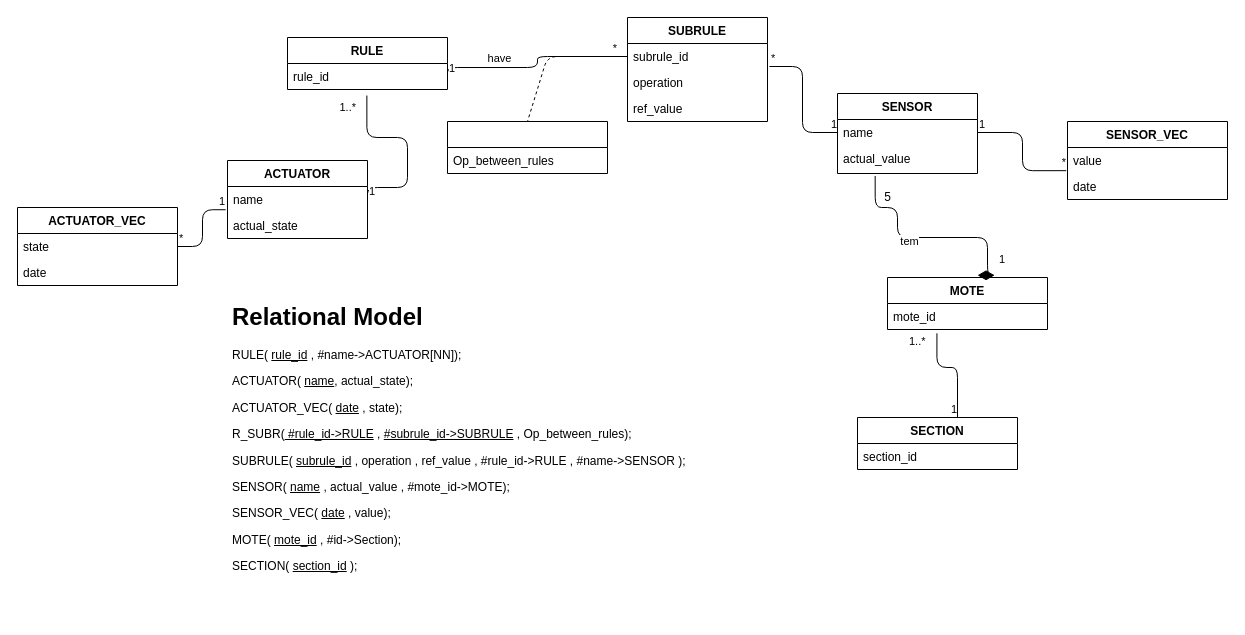
The draw.io diagram page "Page-3" (3 of 3) of squematics/DB.drawio in Automation-yatata/Industry4.0-PizzaPlace, before the edit. Source tidied: cells renumbered, new cells numbered last; positions are measured from the earlier drawing's top-left corner, leaving out a move shared by most shapes. Both pictures are drawn from the tidied source at 100%, with x=0, y=0 at pixel (17, 17).
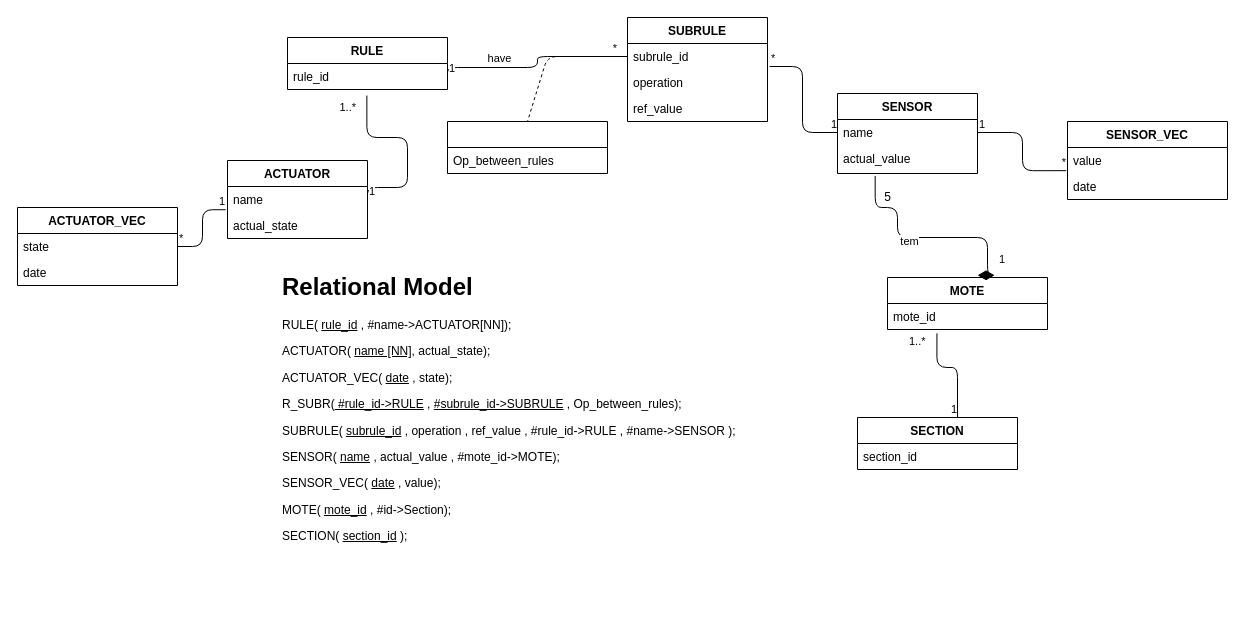
The same page after the edit.

What changed in the source:
```diff
@@
-    <mxCell id="37" value="&lt;h1&gt;Relational Model&lt;/h1&gt;&lt;p&gt;RULE( &lt;u&gt;rule_id&lt;/u&gt; , #name-&amp;gt;ACTUATOR[NN]);&lt;/p&gt;&lt;p&gt;ACTUATOR( &lt;u&gt;name&lt;/u&gt;, actual_state);&lt;/p&gt;&lt;p&gt;ACTUATOR_VEC( &lt;u&gt;date&lt;/u&gt;&amp;nbsp;, state);&lt;/p&gt;&lt;p&gt;R_SUBR(&lt;u&gt; #rule_id-&amp;gt;RULE&lt;/u&gt; , &lt;u&gt;#subrule_id-&amp;gt;SUBRULE&lt;/u&gt; , Op_between_rules);&lt;/p&gt;&lt;p&gt;SUBRULE( &lt;u&gt;subrule_id&lt;/u&gt;&amp;nbsp;, operation , ref_value , #rule_id-&amp;gt;RULE , #name-&amp;gt;SENSOR );&lt;/p&gt;&lt;p&gt;SENSOR( &lt;u&gt;name&lt;/u&gt;&amp;nbsp;, actual_value , #mote_id-&amp;gt;MOTE);&lt;/p&gt;&lt;p&gt;SENSOR_VEC( &lt;u&gt;date&lt;/u&gt;&amp;nbsp;, value);&lt;/p&gt;&lt;p&gt;MOTE( &lt;u&gt;mote_id&lt;/u&gt;&amp;nbsp;, #id-&amp;gt;Section);&lt;/p&gt;&lt;p&gt;SECTION( &lt;u&gt;section_id&lt;/u&gt;&amp;nbsp;);&amp;nbsp;&lt;/p&gt;&lt;p&gt;&lt;br&gt;&lt;/p&gt;" style="text;html=1;strokeColor=none;fillColor=none;spacing=5;spacingTop=-20;whiteSpace=wrap;overflow=hidden;rounded=0;" parent="1" vertex="1">
-      <mxGeometry x="210" y="280" width="500" height="320" as="geometry" />
+    <mxCell id="37" value="&lt;h1&gt;Relational Model&lt;/h1&gt;&lt;p&gt;RULE( &lt;u&gt;rule_id&lt;/u&gt; , #name-&amp;gt;ACTUATOR[NN]);&lt;/p&gt;&lt;p&gt;ACTUATOR( &lt;u&gt;name [NN]&lt;/u&gt;, actual_state);&lt;/p&gt;&lt;p&gt;ACTUATOR_VEC( &lt;u&gt;date&lt;/u&gt;&amp;nbsp;, state);&lt;/p&gt;&lt;p&gt;R_SUBR(&lt;u&gt; #rule_id-&amp;gt;RULE&lt;/u&gt; , &lt;u&gt;#subrule_id-&amp;gt;SUBRULE&lt;/u&gt; , Op_between_rules);&lt;/p&gt;&lt;p&gt;SUBRULE( &lt;u&gt;subrule_id&lt;/u&gt;&amp;nbsp;, operation , ref_value , #rule_id-&amp;gt;RULE , #name-&amp;gt;SENSOR );&lt;/p&gt;&lt;p&gt;SENSOR( &lt;u&gt;name&lt;/u&gt;&amp;nbsp;, actual_value , #mote_id-&amp;gt;MOTE);&lt;/p&gt;&lt;p&gt;SENSOR_VEC( &lt;u&gt;date&lt;/u&gt;&amp;nbsp;, value);&lt;/p&gt;&lt;p&gt;MOTE( &lt;u&gt;mote_id&lt;/u&gt;&amp;nbsp;, #id-&amp;gt;Section);&lt;/p&gt;&lt;p&gt;SECTION( &lt;u&gt;section_id&lt;/u&gt;&amp;nbsp;);&amp;nbsp;&lt;/p&gt;&lt;p&gt;&lt;br&gt;&lt;/p&gt;" style="text;html=1;strokeColor=none;fillColor=none;spacing=5;spacingTop=-20;whiteSpace=wrap;overflow=hidden;rounded=0;" parent="1" vertex="1">
+      <mxGeometry x="260" y="250" width="500" height="320" as="geometry" />
     </mxCell>
```
